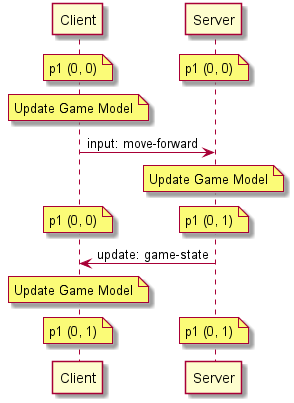
Before: doc/Multiplayer/images/Basic Network - Sequence.png, a diagram exported from PlantUML (ProfPorkins/GameTech).
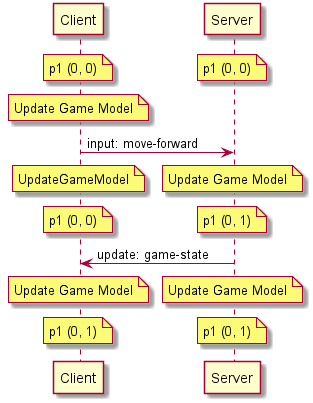
Later version of the same file.

Commit message:
(multiplayer) Getting a start on the client prediction docs.

Diff of the diagram source:
```diff
@@ -9,12 +9,15 @@
 note over Client: Update Game Model
 
 Client -> Server: input: move-forward
-note over Server: Update Game Model
+note over Client: UpdateGameModel
+/note over Server: Update Game Model
+
 note over Client: p1 (0, 0)
 / note over Server: p1 (0, 1)
 Server -> Client: update: game-state
 
 note over Client: Update Game Model
+/ note over Server: Update Game Model
 note over Client: p1 (0, 1)
 / note over Server: p1 (0, 1)
 
```
